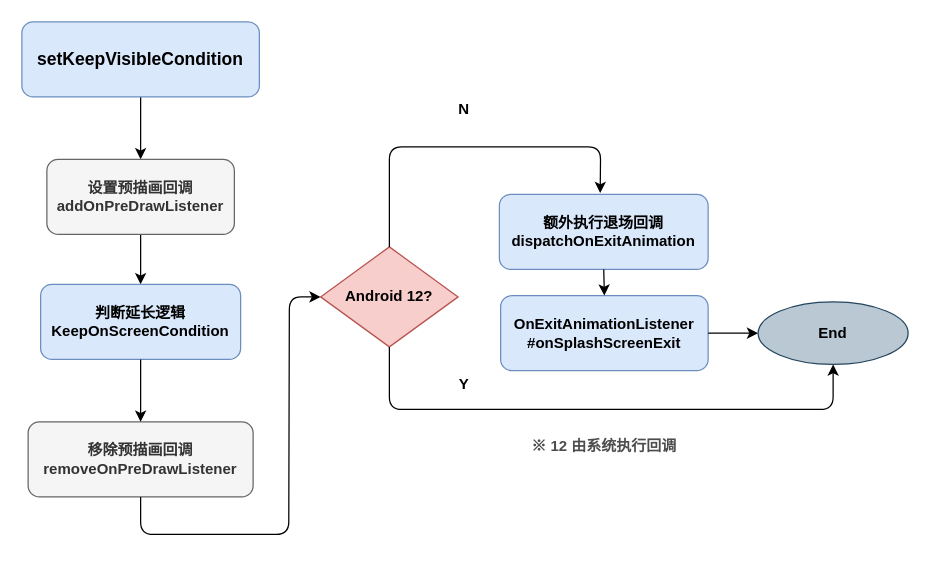
The draw.io diagram ss-keep-原理.drawio in ellisonchan/MineGraph, before the edit. Source tidied: cells renumbered, new cells numbered last; positions are measured from the earlier drawing's top-left corner, leaving out a move shared by most shapes. Both pictures are drawn from the tidied source at 125%, with x=0, y=0 at pixel (21, 21).
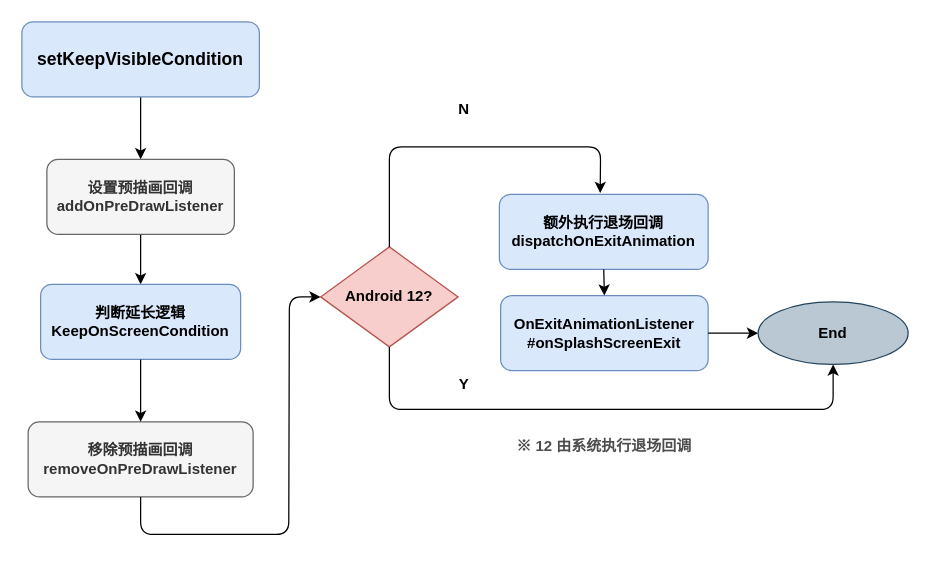
The same page after the edit.

The edit, as a diff of the source:
```diff
@@
-    <mxCell id="20" value="&lt;font&gt;※ 12 由系统执行回调&lt;/font&gt;" style="rounded=1;whiteSpace=wrap;html=1;fontStyle=1;fillColor=none;strokeColor=none;fontColor=#4D4D4D;" parent="1" vertex="1">
+    <mxCell id="20" value="&lt;font&gt;※ 12 由系统执行退场回调&lt;/font&gt;" style="rounded=1;whiteSpace=wrap;html=1;fontStyle=1;fillColor=none;strokeColor=none;fontColor=#4D4D4D;" parent="1" vertex="1">
       <mxGeometry x="376" y="310" width="180" height="60" as="geometry" />
     </mxCell>
```
